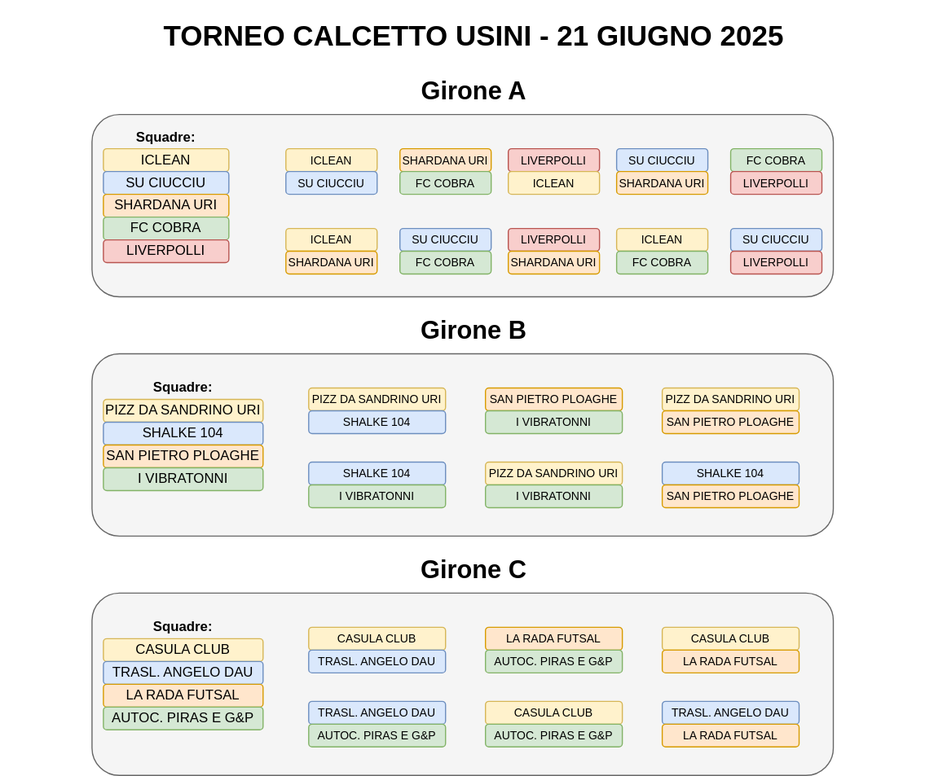
cscalaresu/tornei keeps this draw.io diagram as torneo-calcetto-2025/tabellone.svg. Above is the earlier version. Source tidied: cells renumbered, new cells last; positions are measured from the earlier drawing's top-left corner, leaving out a move shared by most shapes.
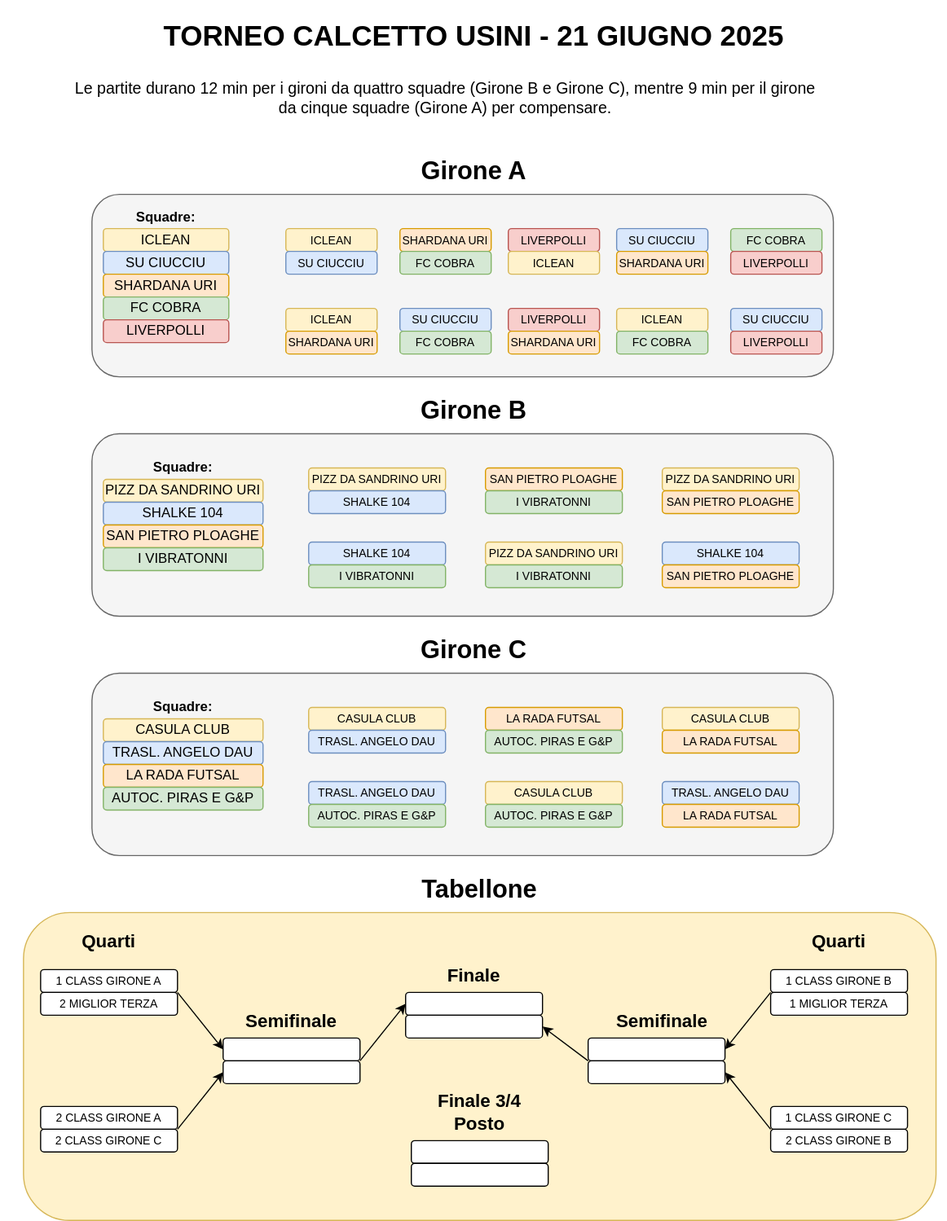
After the change.

Diff of the diagram source:
```diff
@@ -2,6 +2,9 @@
   <root>
     <mxCell id="0" />
     <mxCell id="1" parent="0" />
+    <mxCell id="69" style="rounded=1;whiteSpace=wrap;html=1;fillColor=#fff2cc;strokeColor=#d6b656;" parent="1" vertex="1">
+      <mxGeometry x="20" y="730" width="800" height="270" as="geometry" />
+    </mxCell>
     <mxCell id="2" style="rounded=1;whiteSpace=wrap;html=1;fillColor=#f5f5f5;fontColor=#333333;strokeColor=#666666;" parent="1" vertex="1">
       <mxGeometry x="80" y="100" width="650" height="160" as="geometry" />
     </mxCell>
@@ -18,7 +21,7 @@
       <mxGeometry x="220" y="70" width="390" height="20" as="geometry" />
     </mxCell>
     <mxCell id="7" value="&lt;font style=&quot;font-size: 25px;&quot;&gt;&lt;b&gt;TORNEO CALCETTO USINI - 21 GIUGNO 2025&lt;/b&gt;&lt;/font&gt;" style="text;html=1;align=center;verticalAlign=middle;whiteSpace=wrap;rounded=0;" parent="1" vertex="1">
-      <mxGeometry width="830" height="60" as="geometry" />
+      <mxGeometry y="-70" width="830" height="60" as="geometry" />
     </mxCell>
     <mxCell id="8" value="FC COBRA" style="rounded=1;whiteSpace=wrap;html=1;fillColor=#d5e8d4;strokeColor=#82b366;" parent="1" vertex="1">
       <mxGeometry x="90" y="190" width="110" height="20" as="geometry" />
@@ -203,5 +206,95 @@
     <mxCell id="68" value="&lt;b&gt;Squadre:&lt;/b&gt;" style="text;html=1;align=center;verticalAlign=middle;whiteSpace=wrap;rounded=0;" parent="1" vertex="1">
       <mxGeometry x="105" y="540" width="110" height="20" as="geometry" />
     </mxCell>
+    <mxCell id="70" value="&lt;font style=&quot;font-size: 10px;&quot;&gt;1 CLASS GIRONE A&lt;/font&gt;" style="rounded=1;whiteSpace=wrap;html=1;" parent="1" vertex="1">
+      <mxGeometry x="35" y="780" width="120" height="20" as="geometry" />
+    </mxCell>
+    <mxCell id="71" value="&lt;font style=&quot;font-size: 10px;&quot;&gt;2 MIGLIOR TERZA&lt;/font&gt;" style="rounded=1;whiteSpace=wrap;html=1;" parent="1" vertex="1">
+      <mxGeometry x="35" y="800" width="120" height="20" as="geometry" />
+    </mxCell>
+    <mxCell id="72" value="&lt;font style=&quot;font-size: 10px;&quot;&gt;2 CLASS GIRONE A&lt;/font&gt;" style="rounded=1;whiteSpace=wrap;html=1;" parent="1" vertex="1">
+      <mxGeometry x="35" y="900" width="120" height="20" as="geometry" />
+    </mxCell>
+    <mxCell id="73" value="&lt;font style=&quot;font-size: 10px;&quot;&gt;2 CLASS GIRONE C&lt;/font&gt;" style="rounded=1;whiteSpace=wrap;html=1;" parent="1" vertex="1">
+      <mxGeometry x="35" y="920" width="120" height="20" as="geometry" />
+    </mxCell>
+    <mxCell id="74" value="&lt;font style=&quot;font-size: 10px;&quot;&gt;1 CLASS GIRONE B&lt;/font&gt;" style="rounded=1;whiteSpace=wrap;html=1;" parent="1" vertex="1">
+      <mxGeometry x="675" y="780" width="120" height="20" as="geometry" />
+    </mxCell>
+    <mxCell id="75" value="&lt;font style=&quot;font-size: 10px;&quot;&gt;1 MIGLIOR TERZA&lt;/font&gt;" style="rounded=1;whiteSpace=wrap;html=1;" parent="1" vertex="1">
+      <mxGeometry x="675" y="800" width="120" height="20" as="geometry" />
+    </mxCell>
+    <mxCell id="76" value="&lt;font style=&quot;font-size: 10px;&quot;&gt;1 CLASS GIRONE C&lt;/font&gt;" style="rounded=1;whiteSpace=wrap;html=1;" parent="1" vertex="1">
+      <mxGeometry x="675" y="900" width="120" height="20" as="geometry" />
+    </mxCell>
+    <mxCell id="77" value="&lt;font style=&quot;font-size: 10px;&quot;&gt;2 CLASS GIRONE B&lt;/font&gt;" style="rounded=1;whiteSpace=wrap;html=1;" parent="1" vertex="1">
+      <mxGeometry x="675" y="920" width="120" height="20" as="geometry" />
+    </mxCell>
+    <mxCell id="78" style="rounded=1;whiteSpace=wrap;html=1;" parent="1" vertex="1">
+      <mxGeometry x="195" y="840" width="120" height="20" as="geometry" />
+    </mxCell>
+    <mxCell id="79" style="rounded=1;whiteSpace=wrap;html=1;" parent="1" vertex="1">
+      <mxGeometry x="195" y="860" width="120" height="20" as="geometry" />
+    </mxCell>
+    <mxCell id="80" style="rounded=1;whiteSpace=wrap;html=1;" parent="1" vertex="1">
+      <mxGeometry x="355" y="800" width="120" height="20" as="geometry" />
+    </mxCell>
+    <mxCell id="81" style="rounded=1;whiteSpace=wrap;html=1;" parent="1" vertex="1">
+      <mxGeometry x="355" y="820" width="120" height="20" as="geometry" />
+    </mxCell>
+    <mxCell id="82" style="rounded=1;whiteSpace=wrap;html=1;" parent="1" vertex="1">
+      <mxGeometry x="515" y="840" width="120" height="20" as="geometry" />
+    </mxCell>
+    <mxCell id="83" style="rounded=1;whiteSpace=wrap;html=1;" parent="1" vertex="1">
+      <mxGeometry x="515" y="860" width="120" height="20" as="geometry" />
+    </mxCell>
+    <mxCell id="84" style="endArrow=classic;html=1;rounded=0;exitX=1;exitY=1;exitDx=0;exitDy=0;entryX=0;entryY=0.5;entryDx=0;entryDy=0;" parent="1" edge="1" source="70" target="78">
+      <mxGeometry relative="1" as="geometry" />
+    </mxCell>
+    <mxCell id="85" style="endArrow=classic;html=1;rounded=0;exitX=1;exitY=0;exitDx=0;exitDy=0;entryX=0;entryY=0.5;entryDx=0;entryDy=0;" parent="1" edge="1" source="73" target="79">
+      <mxGeometry relative="1" as="geometry" />
+    </mxCell>
+    <mxCell id="86" style="endArrow=classic;html=1;rounded=0;exitX=1;exitY=1;exitDx=0;exitDy=0;entryX=0;entryY=0.5;entryDx=0;entryDy=0;" parent="1" edge="1" source="78" target="80">
+      <mxGeometry relative="1" as="geometry" />
+    </mxCell>
+    <mxCell id="87" style="endArrow=classic;html=1;rounded=0;exitX=0;exitY=0;exitDx=0;exitDy=0;entryX=1;entryY=0.5;entryDx=0;entryDy=0;" parent="1" edge="1" source="75" target="82">
+      <mxGeometry relative="1" as="geometry" />
+    </mxCell>
+    <mxCell id="88" style="endArrow=classic;html=1;rounded=0;exitX=0;exitY=0;exitDx=0;exitDy=0;entryX=1;entryY=0.5;entryDx=0;entryDy=0;" parent="1" edge="1" source="77" target="83">
+      <mxGeometry relative="1" as="geometry" />
+    </mxCell>
+    <mxCell id="89" style="endArrow=classic;html=1;rounded=0;exitX=0;exitY=0;exitDx=0;exitDy=0;entryX=1;entryY=0.5;entryDx=0;entryDy=0;" parent="1" edge="1" source="83" target="81">
+      <mxGeometry relative="1" as="geometry" />
+    </mxCell>
+    <mxCell id="90" value="&lt;font style=&quot;font-size: 22px;&quot;&gt;&lt;b&gt;Tabellone&lt;/b&gt;&lt;/font&gt;" style="text;html=1;align=center;verticalAlign=middle;whiteSpace=wrap;rounded=0;" parent="1" vertex="1">
+      <mxGeometry x="225" y="700" width="390" height="20" as="geometry" />
+    </mxCell>
+    <mxCell id="91" value="&lt;font style=&quot;font-size: 16px;&quot;&gt;&lt;b&gt;Quarti&lt;/b&gt;&lt;/font&gt;" style="text;html=1;align=center;verticalAlign=middle;whiteSpace=wrap;rounded=0;" parent="1" vertex="1">
+      <mxGeometry x="40" y="740" width="110" height="30" as="geometry" />
+    </mxCell>
+    <mxCell id="92" value="&lt;font style=&quot;font-size: 16px;&quot;&gt;&lt;b&gt;Semifinale&lt;/b&gt;&lt;/font&gt;" style="text;html=1;align=center;verticalAlign=middle;whiteSpace=wrap;rounded=0;" parent="1" vertex="1">
+      <mxGeometry x="200" y="810" width="110" height="30" as="geometry" />
+    </mxCell>
+    <mxCell id="93" value="&lt;font style=&quot;font-size: 16px;&quot;&gt;&lt;b&gt;Finale&lt;/b&gt;&lt;/font&gt;" style="text;html=1;align=center;verticalAlign=middle;whiteSpace=wrap;rounded=0;" parent="1" vertex="1">
+      <mxGeometry x="360" y="770" width="110" height="30" as="geometry" />
+    </mxCell>
+    <mxCell id="94" value="&lt;font style=&quot;font-size: 16px;&quot;&gt;&lt;b&gt;Semifinale&lt;/b&gt;&lt;/font&gt;" style="text;html=1;align=center;verticalAlign=middle;whiteSpace=wrap;rounded=0;" parent="1" vertex="1">
+      <mxGeometry x="525" y="810" width="110" height="30" as="geometry" />
+    </mxCell>
+    <mxCell id="95" value="&lt;font style=&quot;font-size: 16px;&quot;&gt;&lt;b&gt;Quarti&lt;/b&gt;&lt;/font&gt;" style="text;html=1;align=center;verticalAlign=middle;whiteSpace=wrap;rounded=0;" parent="1" vertex="1">
+      <mxGeometry x="680" y="740" width="110" height="30" as="geometry" />
+    </mxCell>
+    <mxCell id="96" style="rounded=1;whiteSpace=wrap;html=1;" parent="1" vertex="1">
+      <mxGeometry x="360" y="930" width="120" height="20" as="geometry" />
+    </mxCell>
+    <mxCell id="97" style="rounded=1;whiteSpace=wrap;html=1;" parent="1" vertex="1">
+      <mxGeometry x="360" y="950" width="120" height="20" as="geometry" />
+    </mxCell>
+    <mxCell id="98" value="&lt;font style=&quot;font-size: 16px;&quot;&gt;&lt;b&gt;Finale 3/4 Posto&lt;/b&gt;&lt;/font&gt;" style="text;html=1;align=center;verticalAlign=middle;whiteSpace=wrap;rounded=0;" parent="1" vertex="1">
+      <mxGeometry x="365" y="890" width="110" height="30" as="geometry" />
+    </mxCell>
+    <mxCell id="99" value="&lt;font style=&quot;font-size: 14px;&quot;&gt;Le partite durano 12 min per i gironi da quattro squadre (Girone B e Girone C), mentre 9 min per il girone da cinque squadre (Girone A) per compensare.&lt;/font&gt;" style="text;html=1;align=center;verticalAlign=middle;whiteSpace=wrap;rounded=0;" parent="1" vertex="1">
+      <mxGeometry x="60" y="-10" width="660" height="50" as="geometry" />
+    </mxCell>
   </root>
 </mxGraphModel>
```
